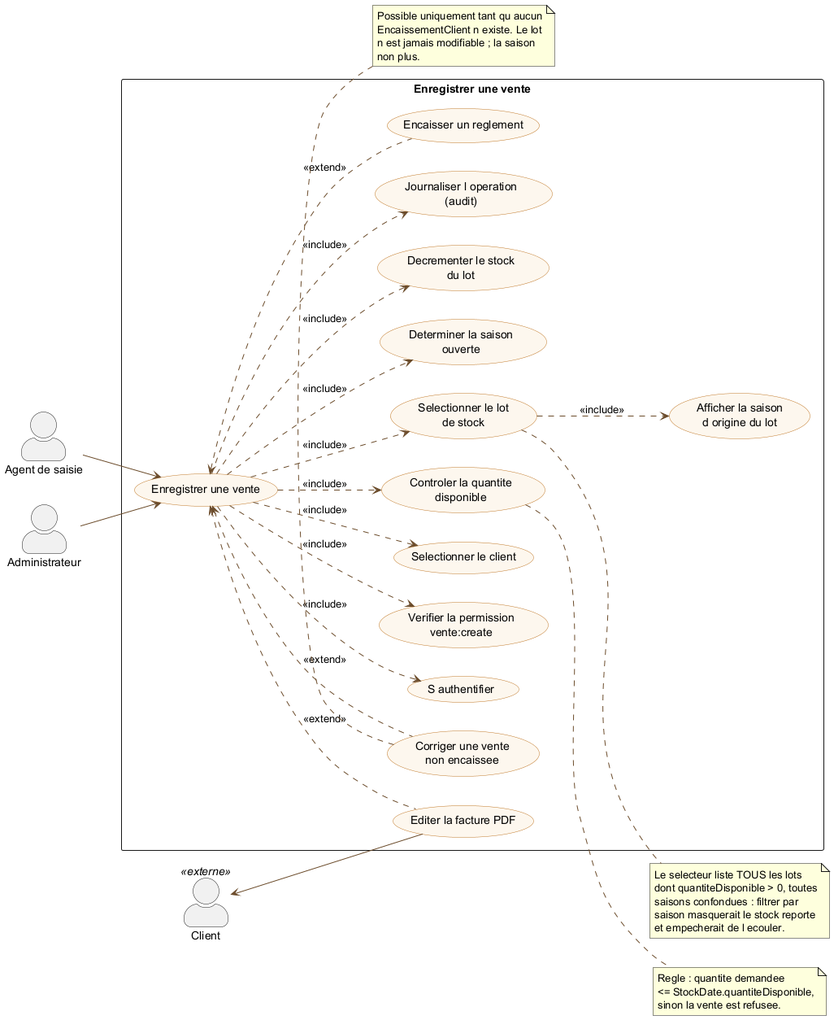
The PlantUML diagram docs/uml/png/cas-utilisation-detaille-vente.png in Ahmeddhib/GestionDattes, before a commit. Source of this version:
```plantuml
@startuml cas-utilisation-detaille-vente

left to right direction
skinparam backgroundColor White
skinparam shadowing false
skinparam actorStyle awesome
skinparam usecase {
  BackgroundColor #FDF7EE
  BorderColor #C17A2B
  ArrowColor #6B4B2A
}

actor "Agent de saisie" as AGENT
actor "Administrateur" as ADMIN
actor "Client" as CLIENT <<externe>>

rectangle "Enregistrer une vente" {

  usecase "Enregistrer une vente" as UC
  usecase "S authentifier" as UC_AUTH
  usecase "Verifier la permission\nvente:create" as UC_PERM
  usecase "Selectionner le client" as UC_CLI
  usecase "Selectionner le lot\nde stock" as UC_LOT
  usecase "Afficher la saison\nd origine du lot" as UC_ORIG
  usecase "Controler la quantite\ndisponible" as UC_QTE
  usecase "Determiner la saison\nouverte" as UC_SAISON
  usecase "Decrementer le stock\ndu lot" as UC_DEC
  usecase "Journaliser l operation\n(audit)" as UC_AUDIT
  usecase "Editer la facture PDF" as UC_FACT
  usecase "Encaisser un reglement" as UC_ENC
  usecase "Corriger une vente\nnon encaissee" as UC_UPD
}

AGENT --> UC
ADMIN --> UC
CLIENT <-- UC_FACT

UC ..> UC_AUTH  : <<include>>
UC ..> UC_PERM  : <<include>>
UC ..> UC_CLI   : <<include>>
UC ..> UC_LOT   : <<include>>
UC ..> UC_QTE   : <<include>>
UC ..> UC_SAISON: <<include>>
UC ..> UC_DEC   : <<include>>
UC ..> UC_AUDIT : <<include>>

UC_LOT ..> UC_ORIG : <<include>>

UC <.. UC_FACT : <<extend>>
UC <.. UC_ENC  : <<extend>>
UC <.. UC_UPD  : <<extend>>

note right of UC_LOT
  Le selecteur liste TOUS les lots
  dont quantiteDisponible > 0, toutes
  saisons confondues : filtrer par
  saison masquerait le stock reporte
  et empecherait de l ecouler.
end note

note right of UC_QTE
  Regle : quantite demandee
  <= StockDate.quantiteDisponible,
  sinon la vente est refusee.
end note

note bottom of UC_UPD
  Possible uniquement tant qu aucun
  EncaissementClient n existe. Le lot
  n est jamais modifiable ; la saison
  non plus.
end note

@enduml
```
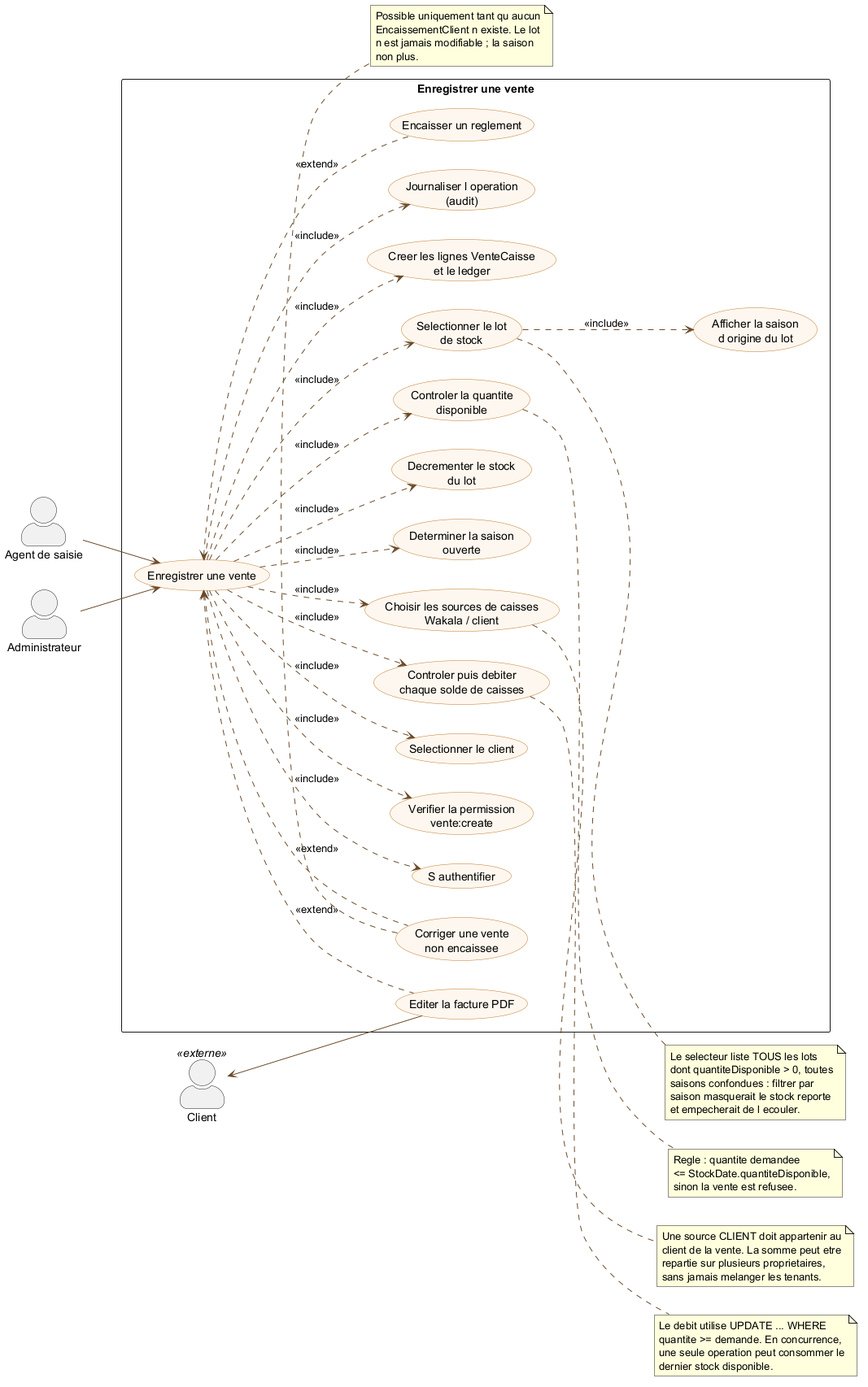
After the commit.

Diff of the diagram source:
```diff
@@ -25,6 +25,9 @@
   usecase "Controler la quantite\ndisponible" as UC_QTE
   usecase "Determiner la saison\nouverte" as UC_SAISON
   usecase "Decrementer le stock\ndu lot" as UC_DEC
+  usecase "Choisir les sources de caisses\nWakala / client" as UC_CAISSES
+  usecase "Controler puis debiter\nchaque solde de caisses" as UC_DECC
+  usecase "Creer les lignes VenteCaisse\net le ledger" as UC_LEDGERC
   usecase "Journaliser l operation\n(audit)" as UC_AUDIT
   usecase "Editer la facture PDF" as UC_FACT
   usecase "Encaisser un reglement" as UC_ENC
@@ -42,6 +45,9 @@
 UC ..> UC_QTE   : <<include>>
 UC ..> UC_SAISON: <<include>>
 UC ..> UC_DEC   : <<include>>
+UC ..> UC_CAISSES : <<include>>
+UC ..> UC_DECC : <<include>>
+UC ..> UC_LEDGERC : <<include>>
 UC ..> UC_AUDIT : <<include>>
 
 UC_LOT ..> UC_ORIG : <<include>>
@@ -64,6 +70,20 @@
   sinon la vente est refusee.
 end note
 
+note right of UC_CAISSES
+  Une source CLIENT doit appartenir au
+  client de la vente. La somme peut etre
+  repartie sur plusieurs proprietaires,
+  sans jamais melanger les tenants.
+end note
+
+note right of UC_DECC
+  Le debit utilise UPDATE ... WHERE
+  quantite >= demande. En concurrence,
+  une seule operation peut consommer le
+  dernier stock disponible.
+end note
+
 note bottom of UC_UPD
   Possible uniquement tant qu aucun
   EncaissementClient n existe. Le lot
```
